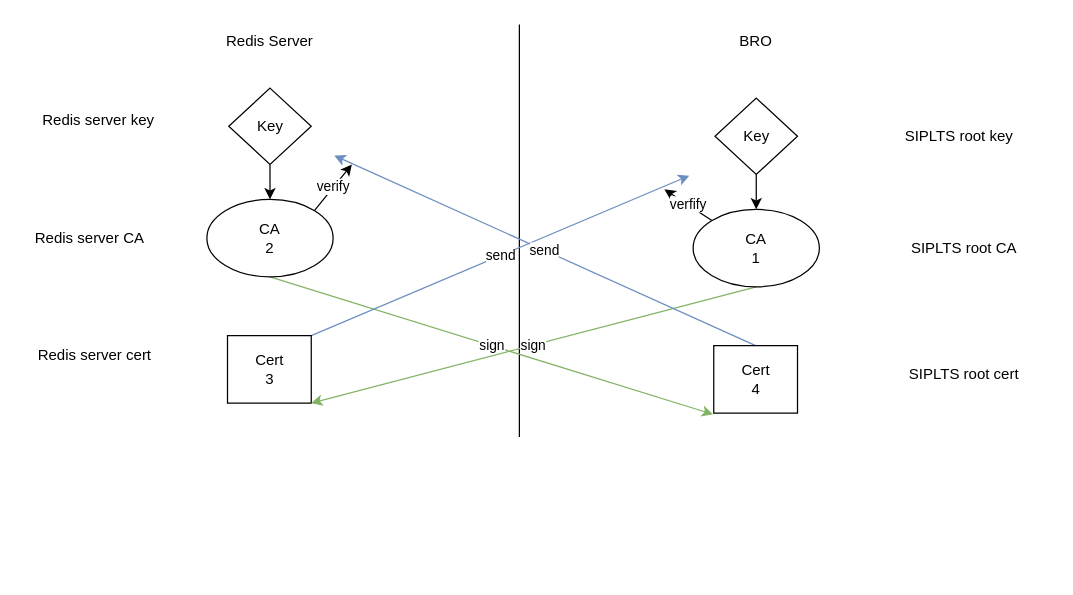
Earlier version of the draw.io diagram Bro Certs.drawio (Albert-W/Draw_io). Source tidied: cells renumbered, new cells numbered last; positions are measured from the earlier drawing's top-left corner, leaving out a move shared by most shapes. Both pictures are drawn from the tidied source at 125%, with x=0, y=0 at pixel (21, 21).
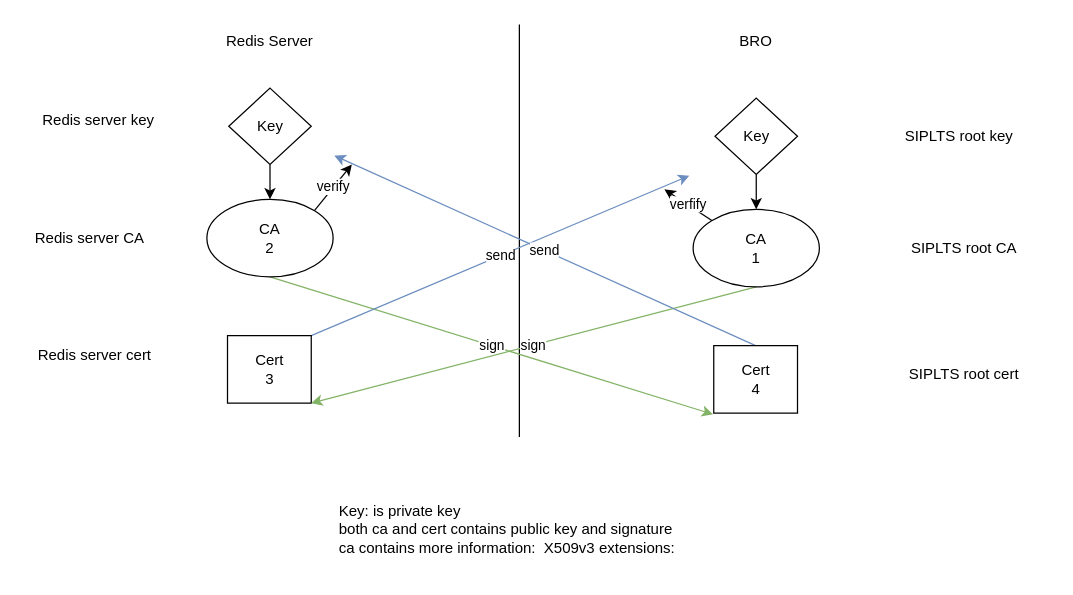
The same page after the edit.

The edit, as a diff of the source:
```diff
@@
+    <mxCell id="25" value="&lt;div&gt;Key: is private key&lt;/div&gt;&lt;div&gt;both ca and cert contains public key and signature&lt;br&gt;&lt;/div&gt;&lt;div&gt;ca contains more information:&amp;nbsp; X509v3 extensions:&lt;br&gt;&lt;/div&gt;&lt;div&gt;&lt;br&gt;&lt;/div&gt;" style="text;html=1;strokeColor=none;fillColor=none;align=left;verticalAlign=middle;whiteSpace=wrap;rounded=0;" parent="1" vertex="1">
+      <mxGeometry x="252" y="403" width="285" height="20" as="geometry" />
+    </mxCell>
```
